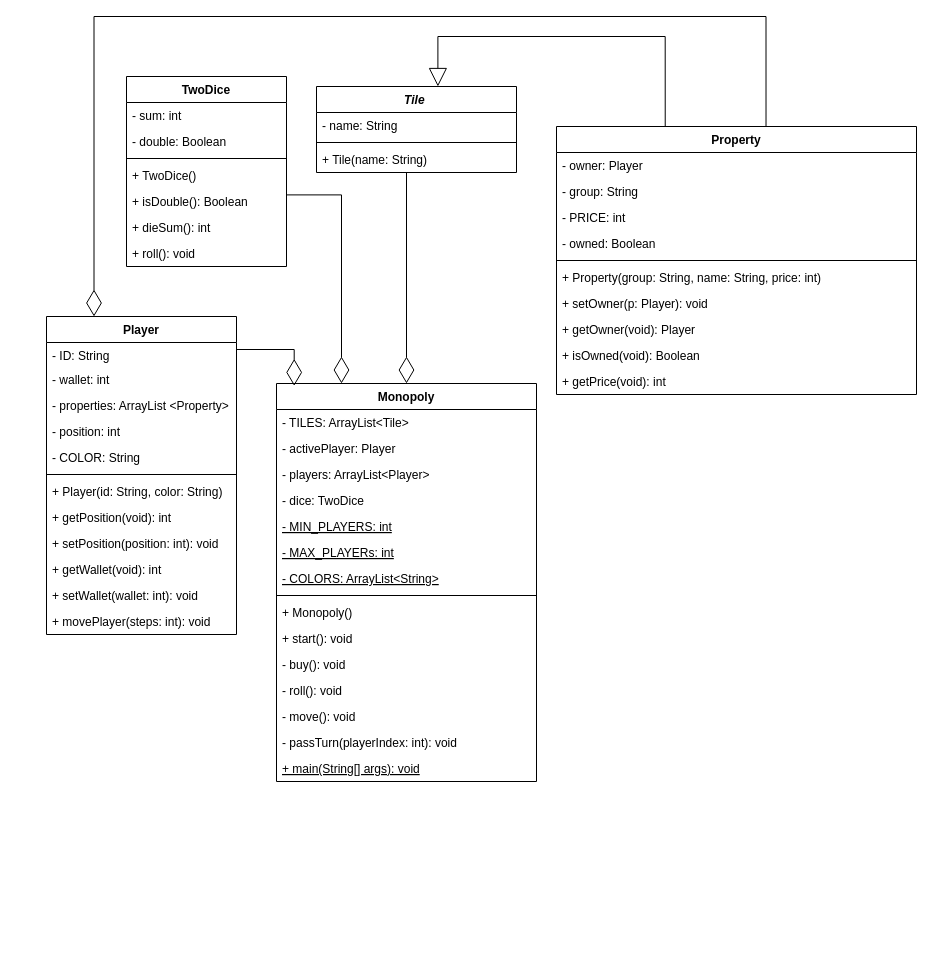
The draw.io diagram MonoplyMilestone1.drawio in MiniEinsteinD/MonopolyGame, before the edit. Source tidied: cells renumbered, new cells numbered last; positions are measured from the earlier drawing's top-left corner, leaving out a move shared by most shapes. Both pictures are drawn from the tidied source at 100%, with x=0, y=0 at pixel (46, 16).
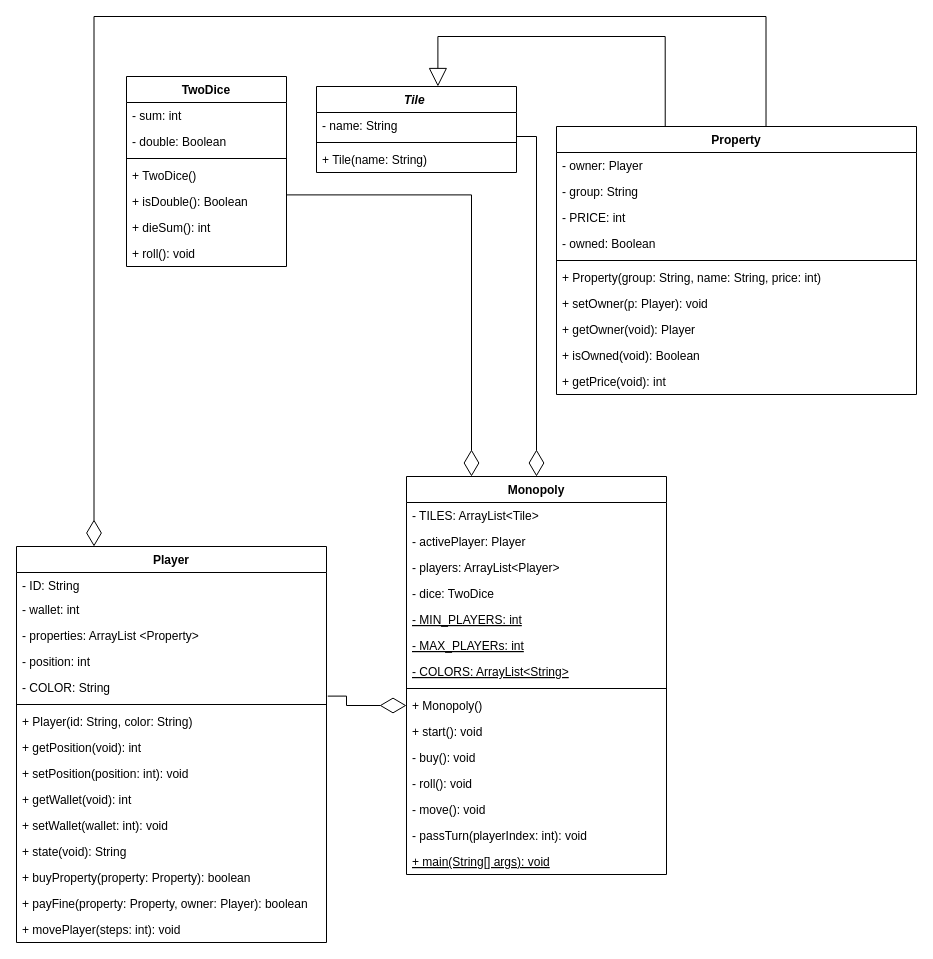
The same page after the edit.

The change refers to these unchanged cells:
```xml
<mxCell id="2" value="Property" style="swimlane;fontStyle=1;align=center;verticalAlign=top;horizontal=1;startSize=26;" parent="1" vertex="1">
  <mxGeometry x="510" y="110" width="360" height="268" as="geometry" />
</mxCell>
<mxCell id="27" value="- name: String " style="text;strokeColor=none;fillColor=none;align=left;verticalAlign=top;spacingLeft=4;spacingRight=4;overflow=hidden;points=[[0,0.5],[1,0.5]];portConstraint=eastwest;" parent="26" vertex="1">
  <mxGeometry y="26" width="200" height="26" as="geometry" />
</mxCell>
<mxCell id="29" value="+ Tile(name: String)" style="text;strokeColor=none;fillColor=none;align=left;verticalAlign=top;spacingLeft=4;spacingRight=4;overflow=hidden;points=[[0,0.5],[1,0.5]];portConstraint=eastwest;" parent="26" vertex="1">
  <mxGeometry y="60" width="200" height="26" as="geometry" />
</mxCell>
<mxCell id="39" value="+ Monopoly()" style="text;strokeColor=none;fillColor=none;align=left;verticalAlign=top;spacingLeft=4;spacingRight=4;overflow=hidden;points=[[0,0.5],[1,0.5]];portConstraint=eastwest;" parent="30" vertex="1">
  <mxGeometry y="216" width="260" height="26" as="geometry" />
</mxCell>
<mxCell id="51" value="+ isDouble(): Boolean" style="text;strokeColor=none;fillColor=none;align=left;verticalAlign=top;spacingLeft=4;spacingRight=4;overflow=hidden;points=[[0,0.5],[1,0.5]];portConstraint=eastwest;" parent="46" vertex="1">
  <mxGeometry y="112" width="160" height="26" as="geometry" />
</mxCell>
```

Change to the diagram source:
```diff
@@
     <mxCell id="13" value="Player" style="swimlane;fontStyle=1;align=center;verticalAlign=top;horizontal=1;startSize=26;" parent="1" vertex="1">
-      <mxGeometry y="300" width="190" height="318" as="geometry" />
+      <mxGeometry x="-30" y="530" width="310" height="396" as="geometry" />
     </mxCell>
     <mxCell id="14" value="- ID: String" style="text;strokeColor=none;fillColor=none;align=left;verticalAlign=top;spacingLeft=4;spacingRight=4;overflow=hidden;" parent="13" vertex="1">
-      <mxGeometry y="26" width="190" height="24" as="geometry" />
+      <mxGeometry y="26" width="310" height="24" as="geometry" />
     </mxCell>
     <mxCell id="15" value="- wallet: int" style="text;strokeColor=none;fillColor=none;align=left;verticalAlign=top;spacingLeft=4;spacingRight=4;overflow=hidden;points=[[0,0.5],[1,0.5]];portConstraint=eastwest;" parent="13" vertex="1">
-      <mxGeometry y="50" width="190" height="26" as="geometry" />
+      <mxGeometry y="50" width="310" height="26" as="geometry" />
     </mxCell>
     <mxCell id="16" value="- properties: ArrayList &lt;Property&gt;" style="text;strokeColor=none;fillColor=none;align=left;verticalAlign=top;spacingLeft=4;spacingRight=4;overflow=hidden;" parent="13" vertex="1">
-      <mxGeometry y="76" width="190" height="26" as="geometry" />
+      <mxGeometry y="76" width="310" height="26" as="geometry" />
     </mxCell>
     <mxCell id="17" value="- position: int" style="text;strokeColor=none;fillColor=none;align=left;verticalAlign=top;spacingLeft=4;spacingRight=4;overflow=hidden;" parent="13" vertex="1">
-      <mxGeometry y="102" width="190" height="26" as="geometry" />
+      <mxGeometry y="102" width="310" height="26" as="geometry" />
     </mxCell>
     <mxCell id="18" value="- COLOR: String" style="text;strokeColor=none;fillColor=none;align=left;verticalAlign=top;spacingLeft=4;spacingRight=4;overflow=hidden;points=[[0,0.5],[1,0.5]];portConstraint=eastwest;" parent="13" vertex="1">
-      <mxGeometry y="128" width="190" height="26" as="geometry" />
+      <mxGeometry y="128" width="310" height="26" as="geometry" />
     </mxCell>
     <mxCell id="19" style="line;strokeWidth=1;fillColor=none;align=left;verticalAlign=middle;spacingTop=-1;spacingLeft=3;spacingRight=3;labelPosition=right;" parent="13" vertex="1">
-      <mxGeometry y="154" width="190" height="8" as="geometry" />
+      <mxGeometry y="154" width="310" height="8" as="geometry" />
     </mxCell>
     <mxCell id="20" value="+ Player(id: String, color: String)" style="text;strokeColor=none;fillColor=none;align=left;verticalAlign=top;spacingLeft=4;spacingRight=4;overflow=hidden;" parent="13" vertex="1">
-      <mxGeometry y="162" width="190" height="26" as="geometry" />
+      <mxGeometry y="162" width="310" height="26" as="geometry" />
     </mxCell>
     <mxCell id="21" value="+ getPosition(void): int" style="text;strokeColor=none;fillColor=none;align=left;verticalAlign=top;spacingLeft=4;spacingRight=4;overflow=hidden;" parent="13" vertex="1">
-      <mxGeometry y="188" width="190" height="26" as="geometry" />
+      <mxGeometry y="188" width="310" height="26" as="geometry" />
     </mxCell>
     <mxCell id="22" value="+ setPosition(position: int): void" style="text;strokeColor=none;fillColor=none;align=left;verticalAlign=top;spacingLeft=4;spacingRight=4;overflow=hidden;" parent="13" vertex="1">
-      <mxGeometry y="214" width="190" height="26" as="geometry" />
+      <mxGeometry y="214" width="310" height="26" as="geometry" />
     </mxCell>
     <mxCell id="23" value="+ getWallet(void): int" style="text;strokeColor=none;fillColor=none;align=left;verticalAlign=top;spacingLeft=4;spacingRight=4;overflow=hidden;" parent="13" vertex="1">
-      <mxGeometry y="240" width="190" height="26" as="geometry" />
+      <mxGeometry y="240" width="310" height="26" as="geometry" />
     </mxCell>
     <mxCell id="24" value="+ setWallet(wallet: int): void" style="text;strokeColor=none;fillColor=none;align=left;verticalAlign=top;spacingLeft=4;spacingRight=4;overflow=hidden;" parent="13" vertex="1">
-      <mxGeometry y="266" width="190" height="26" as="geometry" />
+      <mxGeometry y="266" width="310" height="26" as="geometry" />
     </mxCell>
-    <mxCell id="25" value="+ movePlayer(steps: int): void" style="text;strokeColor=none;fillColor=none;align=left;verticalAlign=top;spacingLeft=4;spacingRight=4;overflow=hidden;" parent="13" vertex="1">
-      <mxGeometry y="292" width="190" height="26" as="geometry" />
+    <mxCell id="25" value="+ state(void): String" style="text;strokeColor=none;fillColor=none;align=left;verticalAlign=top;spacingLeft=4;spacingRight=4;overflow=hidden;" parent="13" vertex="1">
+      <mxGeometry y="292" width="310" height="26" as="geometry" />
     </mxCell>
+    <mxCell id="59" value="+ buyProperty(property: Property): boolean" style="text;strokeColor=none;fillColor=none;align=left;verticalAlign=top;spacingLeft=4;spacingRight=4;overflow=hidden;" parent="13" vertex="1">
+      <mxGeometry y="318" width="310" height="26" as="geometry" />
+    </mxCell>
+    <mxCell id="60" value="+ payFine(property: Property, owner: Player): boolean" style="text;strokeColor=none;fillColor=none;align=left;verticalAlign=top;spacingLeft=4;spacingRight=4;overflow=hidden;" parent="13" vertex="1">
+      <mxGeometry y="344" width="310" height="26" as="geometry" />
+    </mxCell>
+    <mxCell id="61" value="+ movePlayer(steps: int): void" style="text;strokeColor=none;fillColor=none;align=left;verticalAlign=top;spacingLeft=4;spacingRight=4;overflow=hidden;" parent="13" vertex="1">
+      <mxGeometry y="370" width="310" height="26" as="geometry" />
+    </mxCell>
@@
     <mxCell id="30" value="Monopoly" style="swimlane;fontStyle=1;align=center;verticalAlign=top;horizontal=1;startSize=26;" parent="1" vertex="1">
-      <mxGeometry x="230" y="367" width="260" height="398" as="geometry" />
+      <mxGeometry x="360" y="460" width="260" height="398" as="geometry" />
     </mxCell>
@@
-    <mxCell id="55" style="endArrow=diamondThin;endFill=0;endSize=24;html=1;rounded=0;edgeStyle=orthogonalEdgeStyle;entryX=0.5;entryY=0;entryDx=0;entryDy=0;exitX=0.478;exitY=1;exitDx=0;exitDy=0;exitPerimeter=0;" parent="1" edge="1" source="29" target="30">
+    <mxCell id="55" style="endArrow=diamondThin;endFill=0;endSize=24;html=1;rounded=0;edgeStyle=orthogonalEdgeStyle;entryX=0.5;entryY=0;entryDx=0;entryDy=0;exitX=0.998;exitY=0.923;exitDx=0;exitDy=0;exitPerimeter=0;" parent="1" edge="1" source="27" target="30">
       <mxGeometry relative="1" as="geometry">
         <Array as="points">
-          <mxPoint x="360" y="156" />
+          <mxPoint x="490" y="120" />
         </Array>
       </mxGeometry>
     </mxCell>
     <mxCell id="56" style="endArrow=diamondThin;endFill=0;endSize=24;html=1;rounded=0;edgeStyle=orthogonalEdgeStyle;entryX=0.25;entryY=0;entryDx=0;entryDy=0;exitX=1.003;exitY=0.246;exitDx=0;exitDy=0;exitPerimeter=0;" parent="1" edge="1" source="51" target="30">
       <mxGeometry relative="1" as="geometry">
         <Array as="points">
-          <mxPoint x="295" y="178" />
+          <mxPoint x="425" y="178" />
         </Array>
       </mxGeometry>
     </mxCell>
-    <mxCell id="57" style="endArrow=diamondThin;endFill=0;endSize=24;html=1;rounded=0;edgeStyle=orthogonalEdgeStyle;entryX=0.068;entryY=0.006;entryDx=0;entryDy=0;exitX=1;exitY=0.5;exitDx=0;exitDy=0;entryPerimeter=0;" parent="1" edge="1" source="15" target="30">
+    <mxCell id="57" style="endArrow=diamondThin;endFill=0;endSize=24;html=1;rounded=0;edgeStyle=orthogonalEdgeStyle;entryX=0;entryY=0.5;entryDx=0;entryDy=0;exitX=1.004;exitY=0.831;exitDx=0;exitDy=0;exitPerimeter=0;" parent="1" edge="1" source="18" target="39">
       <mxGeometry relative="1" as="geometry">
         <Array as="points">
-          <mxPoint x="248" y="333" />
+          <mxPoint x="300" y="680" />
+          <mxPoint x="300" y="689" />
         </Array>
       </mxGeometry>
     </mxCell>
     <mxCell id="58" style="endArrow=diamondThin;endFill=0;endSize=24;html=1;rounded=0;edgeStyle=orthogonalEdgeStyle;entryX=0.25;entryY=0;entryDx=0;entryDy=0;exitX=0.582;exitY=0;exitDx=0;exitDy=0;exitPerimeter=0;" parent="1" edge="1" source="2" target="13">
       <mxGeometry relative="1" as="geometry">
         <Array as="points">
           <mxPoint x="720" />
-          <mxPoint x="48" />
+          <mxPoint x="47" />
         </Array>
       </mxGeometry>
     </mxCell>
```
